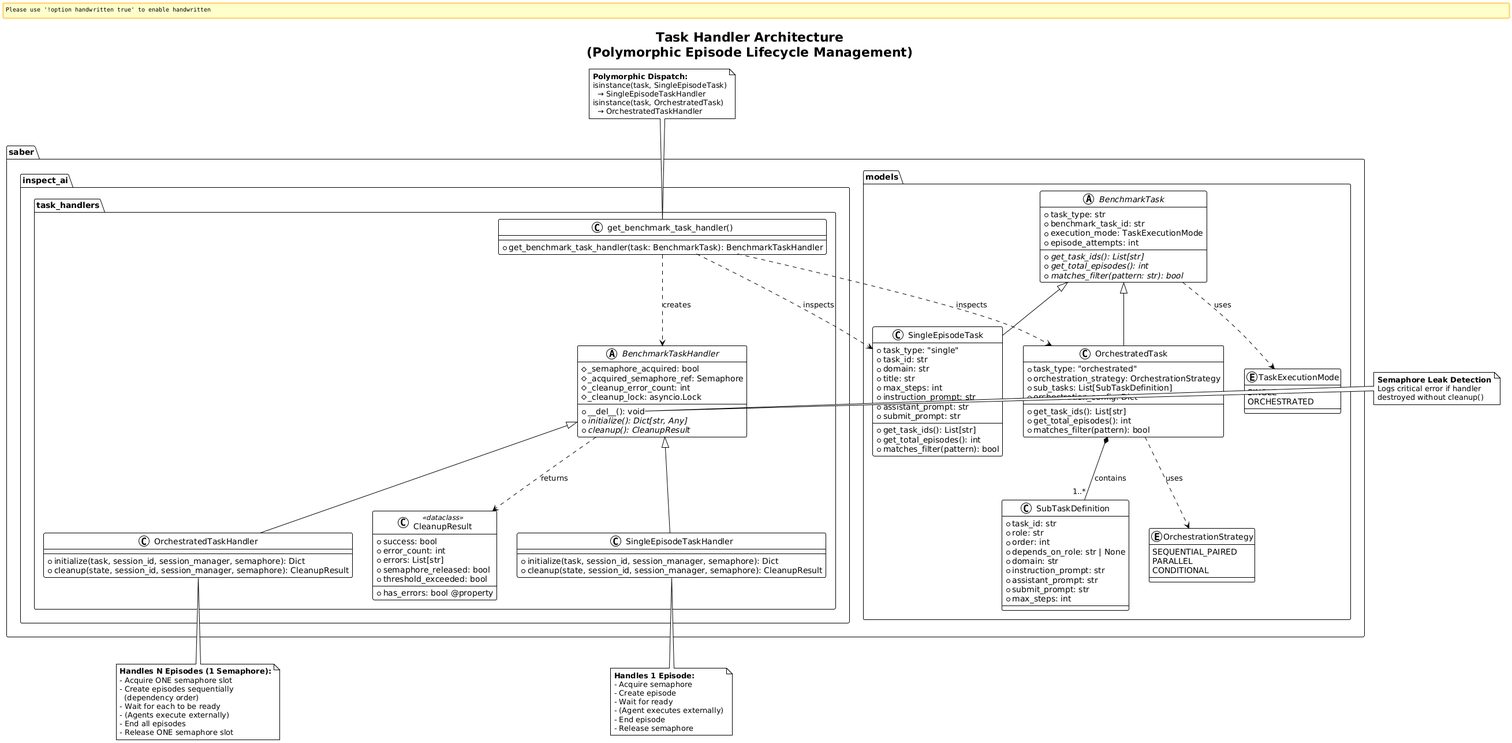
microsoft/ACES keeps this PlantUML diagram as docs/assets/architecture/Task Handler Class Diagram.png. Above is the earlier version. The source it was exported from:
```plantuml
@startuml Task Handler Class Diagram
!theme plain
skinparam backgroundColor #FFFFFF
skinparam handwritten false
skinparam defaultFontName Arial

title Task Handler Architecture\n(Polymorphic Episode Lifecycle Management)

package "saber.models" {
  abstract class BenchmarkTask {
    +task_type: str
    +benchmark_task_id: str
    +execution_mode: TaskExecutionMode
    +episode_attempts: int
    --
    {abstract} +get_task_ids(): List[str]
    {abstract} +get_total_episodes(): int
    {abstract} +matches_filter(pattern: str): bool
  }

  class SingleEpisodeTask {
    +task_type: "single"
    +task_id: str
    +domain: str
    +title: str
    +max_steps: int
    +instruction_prompt: str
    +assistant_prompt: str
    +submit_prompt: str
    --
    +get_task_ids(): List[str]
    +get_total_episodes(): int
    +matches_filter(pattern): bool
  }

  class OrchestratedTask {
    +task_type: "orchestrated"
    +orchestration_strategy: OrchestrationStrategy
    +sub_tasks: List[SubTaskDefinition]
    +orchestration_config: Dict
    --
    +get_task_ids(): List[str]
    +get_total_episodes(): int
    +matches_filter(pattern): bool
  }

  class SubTaskDefinition {
    +task_id: str
    +role: str
    +order: int
    +depends_on_role: str | None
    +domain: str
    +instruction_prompt: str
    +assistant_prompt: str
    +submit_prompt: str
    +max_steps: int
  }

  enum TaskExecutionMode {
    SINGLE
    ORCHESTRATED
  }

  enum OrchestrationStrategy {
    SEQUENTIAL_PAIRED
    PARALLEL
    CONDITIONAL
  }
}

package "saber.inspect_ai.task_handlers" {
  abstract class BenchmarkTaskHandler {
    #_semaphore_acquired: bool
    #_acquired_semaphore_ref: Semaphore
    #_cleanup_error_count: int
    #_cleanup_lock: asyncio.Lock
    --
    +__del__(): void
    {abstract} +initialize(): Dict[str, Any]
    {abstract} +cleanup(): CleanupResult
  }

  class SingleEpisodeTaskHandler {
    --
    +initialize(task, session_id, session_manager, semaphore): Dict
    +cleanup(state, session_id, session_manager, semaphore): CleanupResult
  }

  class OrchestratedTaskHandler {
    --
    +initialize(task, session_id, session_manager, semaphore): Dict
    +cleanup(state, session_id, session_manager, semaphore): CleanupResult
  }

  class CleanupResult <<dataclass>> {
    +success: bool
    +error_count: int
    +errors: List[str]
    +semaphore_released: bool
    +threshold_exceeded: bool
    --
    +has_errors: bool @property
  }

  class "get_benchmark_task_handler()" as Factory {
    +get_benchmark_task_handler(task: BenchmarkTask): BenchmarkTaskHandler
  }
}

BenchmarkTask <|-- SingleEpisodeTask
BenchmarkTask <|-- OrchestratedTask
OrchestratedTask *-- "1..*" SubTaskDefinition : contains
BenchmarkTask ..> TaskExecutionMode : uses
OrchestratedTask ..> OrchestrationStrategy : uses

BenchmarkTaskHandler <|-- SingleEpisodeTaskHandler
BenchmarkTaskHandler <|-- OrchestratedTaskHandler
BenchmarkTaskHandler ..> CleanupResult : returns
Factory ..> BenchmarkTaskHandler : creates
Factory ..> SingleEpisodeTask : inspects
Factory ..> OrchestratedTask : inspects

note right of BenchmarkTaskHandler::__del__
  **Semaphore Leak Detection**
  Logs critical error if handler
  destroyed without cleanup()
end note

note bottom of SingleEpisodeTaskHandler
  **Handles 1 Episode:**
  - Acquire semaphore
  - Create episode
  - Wait for ready
  - (Agent executes externally)
  - End episode
  - Release semaphore
end note

note bottom of OrchestratedTaskHandler
  **Handles N Episodes (1 Semaphore):**
  - Acquire ONE semaphore slot
  - Create episodes sequentially
    (dependency order)
  - Wait for each to be ready
  - (Agents execute externally)
  - End all episodes
  - Release ONE semaphore slot
end note

note top of Factory
  **Polymorphic Dispatch:**
  isinstance(task, SingleEpisodeTask)
    → SingleEpisodeTaskHandler
  isinstance(task, OrchestratedTask)
    → OrchestratedTaskHandler
end note

@enduml
```
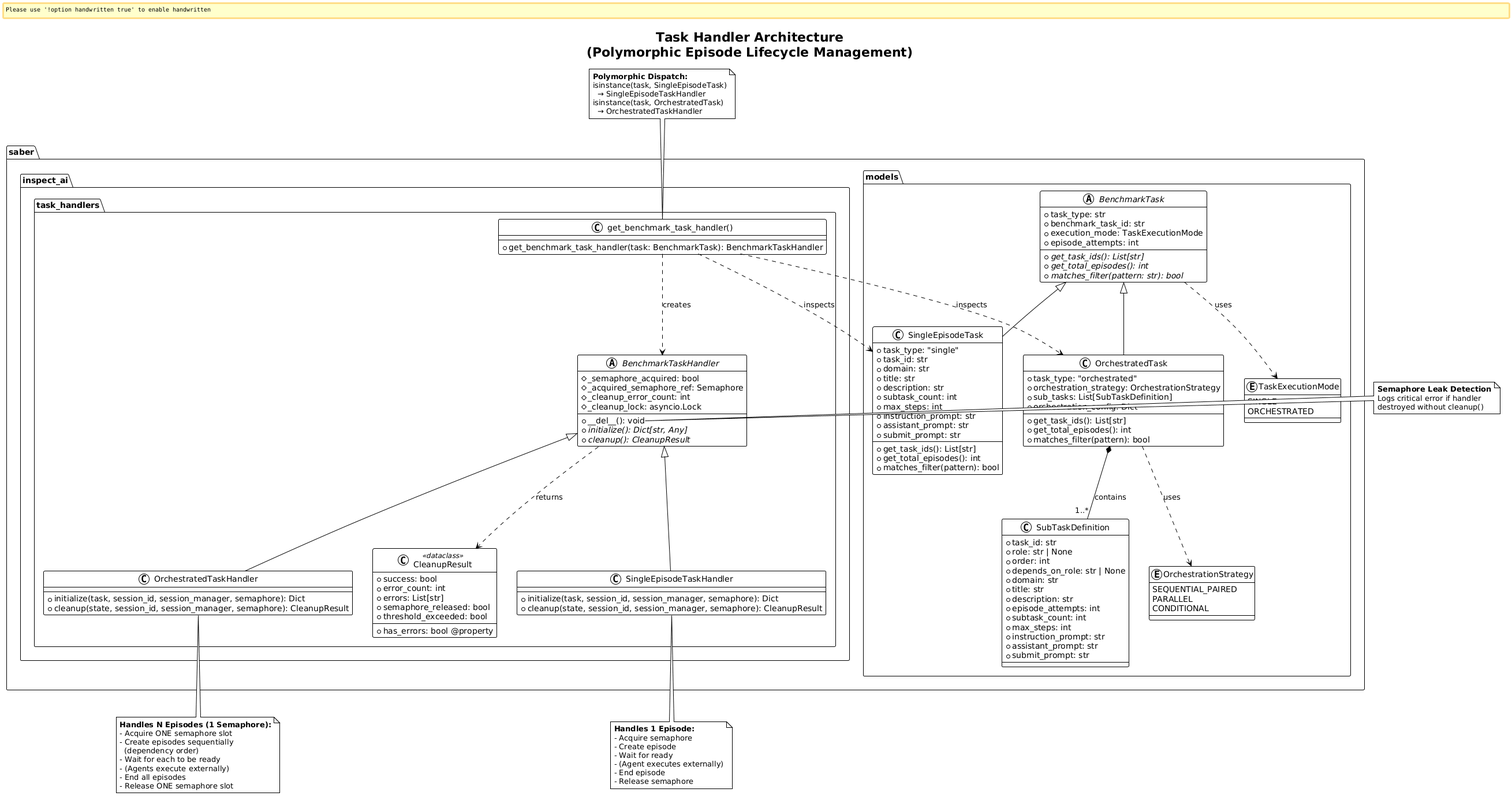
Later version of the same file.

Change to the diagram source:
```diff
@@ -23,6 +23,8 @@
     +task_id: str
     +domain: str
     +title: str
+    +description: str
+    +subtask_count: int
     +max_steps: int
     +instruction_prompt: str
     +assistant_prompt: str
@@ -46,14 +48,18 @@
 
   class SubTaskDefinition {
     +task_id: str
-    +role: str
+    +role: str | None
     +order: int
     +depends_on_role: str | None
     +domain: str
+    +title: str
+    +description: str
+    +episode_attempts: int
+    +subtask_count: int
+    +max_steps: int
     +instruction_prompt: str
     +assistant_prompt: str
     +submit_prompt: str
-    +max_steps: int
   }
 
   enum TaskExecutionMode {
```
